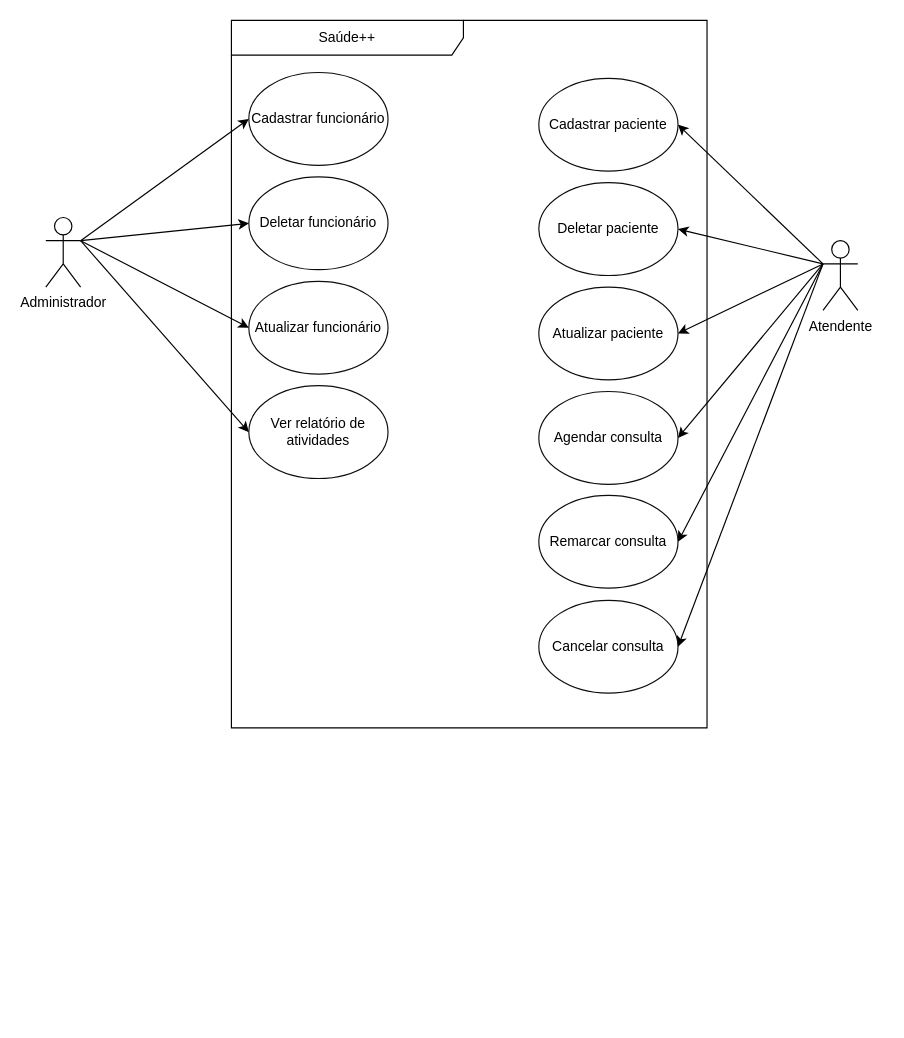
Above: Diagrama_casos_de_uso.drawio in psdsantos/Saudepp (draw.io), before the change. Source tidied: cells renumbered, new cells numbered last; positions are measured from the earlier drawing's top-left corner, leaving out a move shared by most shapes. Both pictures are drawn from the tidied source at 116%, with x=0, y=0 at pixel (45, 20).
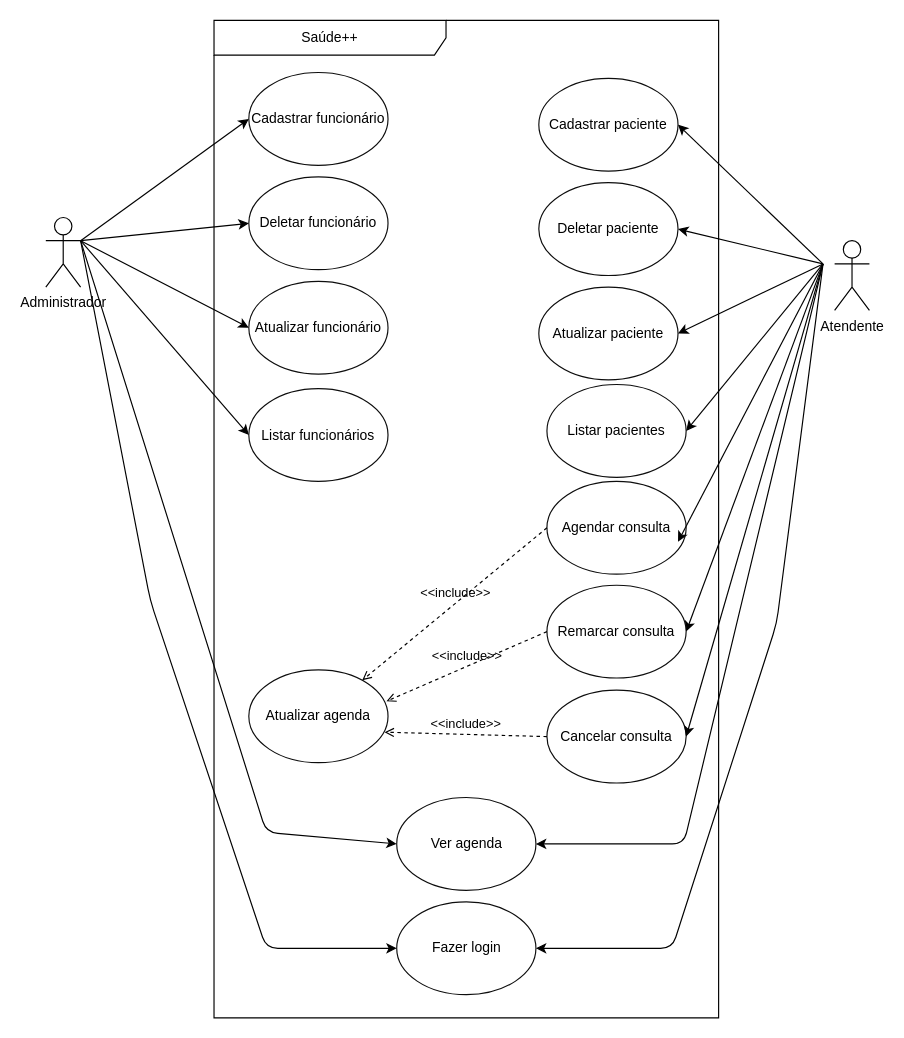
After the change.

Diff of the diagram source:
```diff
@@
     <mxCell id="3" value="&lt;font&gt;Saúde++&lt;/font&gt;" style="shape=umlFrame;whiteSpace=wrap;html=1;strokeWidth=1;fillColor=none;width=200;height=30;fontColor=#000000;strokeColor=#000000;" parent="1" vertex="1">
-      <mxGeometry x="160" width="410" height="610" as="geometry" />
+      <mxGeometry x="145" width="435" height="860" as="geometry" />
     </mxCell>
@@
-    <mxCell id="7" value="Ver relatório de atividades" style="ellipse;whiteSpace=wrap;html=1;fillColor=none;strokeColor=#0D0D0D;fontColor=#000000;" parent="1" vertex="1">
-      <mxGeometry x="175" y="315" width="120" height="80" as="geometry" />
-    </mxCell>
@@
-    <mxCell id="10" style="endArrow=classic;html=1;fontColor=#000000;entryX=0;entryY=0.5;entryDx=0;entryDy=0;" parent="1" edge="1" target="7">
-      <mxGeometry relative="1" as="geometry">
-        <mxPoint x="30" y="190" as="sourcePoint" />
-      </mxGeometry>
-    </mxCell>
@@
-    <mxCell id="15" value="Agendar consulta" style="ellipse;whiteSpace=wrap;html=1;fillColor=none;strokeColor=#0D0D0D;fontColor=#000000;" parent="1" vertex="1">
-      <mxGeometry x="425" y="320" width="120" height="80" as="geometry" />
-    </mxCell>
@@
-    <mxCell id="18" style="endArrow=classic;html=1;fontColor=#000000;entryX=1;entryY=0.5;entryDx=0;entryDy=0;" parent="1" edge="1" target="15">
+    <mxCell id="18" style="endArrow=classic;html=1;fontColor=#000000;entryX=1;entryY=0.5;entryDx=0;entryDy=0;" parent="1" edge="1" target="30">
       <mxGeometry relative="1" as="geometry">
         <mxPoint x="670" y="210" as="sourcePoint" />
       </mxGeometry>
     </mxCell>
@@
     <mxCell id="20" value="Atendente" style="shape=umlActor;verticalLabelPosition=bottom;labelBackgroundColor=#ffffff;verticalAlign=top;html=1;" parent="1" vertex="1">
-      <mxGeometry x="670" y="190" width="30" height="60" as="geometry" />
+      <mxGeometry x="680" y="190" width="30" height="60" as="geometry" />
     </mxCell>
+    <mxCell id="23" style="endArrow=classic;html=1;fontColor=#000000;entryX=1;entryY=0.5;entryDx=0;entryDy=0;" parent="1" edge="1" target="22">
+      <mxGeometry relative="1" as="geometry">
+        <mxPoint x="670" y="210" as="sourcePoint" />
+      </mxGeometry>
+    </mxCell>
+    <mxCell id="24" style="endArrow=classic;html=1;fontColor=#000000;entryX=1;entryY=0.5;entryDx=0;entryDy=0;" parent="1" edge="1">
+      <mxGeometry relative="1" as="geometry">
+        <mxPoint x="670" y="210" as="sourcePoint" />
+        <mxPoint x="545" y="449.5" as="targetPoint" />
+      </mxGeometry>
+    </mxCell>
+    <mxCell id="25" value="Atualizar agenda" style="ellipse;whiteSpace=wrap;html=1;fillColor=none;strokeColor=#0D0D0D;fontColor=#000000;" parent="1" vertex="1">
+      <mxGeometry x="175" y="560" width="120" height="80" as="geometry" />
+    </mxCell>
+    <mxCell id="26" value="Listar funcionários" style="ellipse;whiteSpace=wrap;html=1;fillColor=none;strokeColor=#0D0D0D;fontColor=#000000;" parent="1" vertex="1">
+      <mxGeometry x="175" y="317.5" width="120" height="80" as="geometry" />
+    </mxCell>
+    <mxCell id="15" value="Agendar consulta" style="ellipse;whiteSpace=wrap;html=1;fillColor=none;strokeColor=#0D0D0D;fontColor=#000000;" parent="1" vertex="1">
+      <mxGeometry x="432" y="397.5" width="120" height="80" as="geometry" />
+    </mxCell>
     <mxCell id="21" value="Cancelar consulta" style="ellipse;whiteSpace=wrap;html=1;fillColor=none;strokeColor=#0D0D0D;fontColor=#000000;" parent="1" vertex="1">
-      <mxGeometry x="425" y="500" width="120" height="80" as="geometry" />
+      <mxGeometry x="432" y="577.5" width="120" height="80" as="geometry" />
     </mxCell>
     <mxCell id="22" value="Remarcar consulta" style="ellipse;whiteSpace=wrap;html=1;fillColor=none;strokeColor=#0D0D0D;fontColor=#000000;" parent="1" vertex="1">
-      <mxGeometry x="425" y="409.5" width="120" height="80" as="geometry" />
+      <mxGeometry x="432" y="487" width="120" height="80" as="geometry" />
     </mxCell>
-    <mxCell id="23" style="endArrow=classic;html=1;fontColor=#000000;entryX=1;entryY=0.5;entryDx=0;entryDy=0;" parent="1" edge="1" target="21">
-      <mxGeometry relative="1" as="geometry">
-        <mxPoint x="670" y="210" as="sourcePoint" />
-      </mxGeometry>
-    </mxCell>
-    <mxCell id="24" style="endArrow=classic;html=1;fontColor=#000000;entryX=1;entryY=0.5;entryDx=0;entryDy=0;" parent="1" edge="1" target="22">
-      <mxGeometry relative="1" as="geometry">
-        <mxPoint x="670" y="210" as="sourcePoint" />
-      </mxGeometry>
-    </mxCell>
+    <mxCell id="27" value="&amp;lt;&amp;lt;include&amp;gt;&amp;gt;" style="edgeStyle=none;html=1;endArrow=open;verticalAlign=bottom;dashed=1;labelBackgroundColor=none;fontColor=#000000;entryX=0.975;entryY=0.671;entryDx=0;entryDy=0;exitX=0;exitY=0.5;exitDx=0;exitDy=0;entryPerimeter=0;" parent="1" edge="1" source="21" target="25">
+      <mxGeometry relative="1" as="geometry" />
+    </mxCell>
+    <mxCell id="28" value="&amp;lt;&amp;lt;include&amp;gt;&amp;gt;" style="edgeStyle=none;html=1;endArrow=open;verticalAlign=bottom;dashed=1;labelBackgroundColor=none;fontColor=#000000;exitX=0;exitY=0.5;exitDx=0;exitDy=0;entryX=0.989;entryY=0.338;entryDx=0;entryDy=0;entryPerimeter=0;" parent="1" edge="1" source="22" target="25">
+      <mxGeometry relative="1" as="geometry" />
+    </mxCell>
+    <mxCell id="29" value="&amp;lt;&amp;lt;include&amp;gt;&amp;gt;" style="edgeStyle=none;html=1;endArrow=open;verticalAlign=bottom;dashed=1;labelBackgroundColor=none;fontColor=#000000;exitX=0;exitY=0.5;exitDx=0;exitDy=0;" parent="1" edge="1" source="15" target="25">
+      <mxGeometry relative="1" as="geometry" />
+    </mxCell>
+    <mxCell id="30" value="Listar pacientes" style="ellipse;whiteSpace=wrap;html=1;fillColor=none;strokeColor=#0D0D0D;fontColor=#000000;" parent="1" vertex="1">
+      <mxGeometry x="432" y="314" width="120" height="80" as="geometry" />
+    </mxCell>
+    <mxCell id="31" style="endArrow=classic;html=1;fontColor=#000000;entryX=0;entryY=0.5;entryDx=0;entryDy=0;" parent="1" edge="1" target="26">
+      <mxGeometry relative="1" as="geometry">
+        <mxPoint x="30" y="190" as="sourcePoint" />
+      </mxGeometry>
+    </mxCell>
+    <mxCell id="32" style="endArrow=classic;html=1;fontColor=#000000;entryX=1;entryY=0.5;entryDx=0;entryDy=0;" parent="1" edge="1" target="21">
+      <mxGeometry relative="1" as="geometry">
+        <mxPoint x="670" y="210" as="sourcePoint" />
+      </mxGeometry>
+    </mxCell>
+    <mxCell id="33" value="Ver agenda" style="ellipse;whiteSpace=wrap;html=1;fillColor=none;strokeColor=#0D0D0D;fontColor=#000000;" parent="1" vertex="1">
+      <mxGeometry x="302.5" y="670" width="120" height="80" as="geometry" />
+    </mxCell>
+    <mxCell id="34" style="endArrow=classic;html=1;fontColor=#000000;entryX=1;entryY=0.5;entryDx=0;entryDy=0;" parent="1" edge="1" target="33">
+      <mxGeometry relative="1" as="geometry">
+        <mxPoint x="670" y="210" as="sourcePoint" />
+        <Array as="points">
+          <mxPoint x="550" y="710" />
+        </Array>
+      </mxGeometry>
+    </mxCell>
+    <mxCell id="35" style="endArrow=classic;html=1;fontColor=#000000;entryX=0;entryY=0.5;entryDx=0;entryDy=0;" parent="1" edge="1" target="33">
+      <mxGeometry relative="1" as="geometry">
+        <mxPoint x="30" y="190" as="sourcePoint" />
+        <Array as="points">
+          <mxPoint x="190" y="700" />
+        </Array>
+      </mxGeometry>
+    </mxCell>
+    <mxCell id="36" value="Fazer login" style="ellipse;whiteSpace=wrap;html=1;fillColor=none;strokeColor=#0D0D0D;fontColor=#000000;" parent="1" vertex="1">
+      <mxGeometry x="302.5" y="760" width="120" height="80" as="geometry" />
+    </mxCell>
+    <mxCell id="37" style="endArrow=classic;html=1;fontColor=#000000;entryX=1;entryY=0.5;entryDx=0;entryDy=0;" parent="1" edge="1" target="36">
+      <mxGeometry relative="1" as="geometry">
+        <mxPoint x="670" y="210" as="sourcePoint" />
+        <Array as="points">
+          <mxPoint x="630" y="520" />
+          <mxPoint x="540" y="800" />
+        </Array>
+      </mxGeometry>
+    </mxCell>
+    <mxCell id="38" style="endArrow=classic;html=1;fontColor=#000000;entryX=0;entryY=0.5;entryDx=0;entryDy=0;" parent="1" edge="1" target="36">
+      <mxGeometry relative="1" as="geometry">
+        <mxPoint x="30" y="190" as="sourcePoint" />
+        <Array as="points">
+          <mxPoint x="90" y="500" />
+          <mxPoint x="190" y="800" />
+        </Array>
+      </mxGeometry>
+    </mxCell>
```
